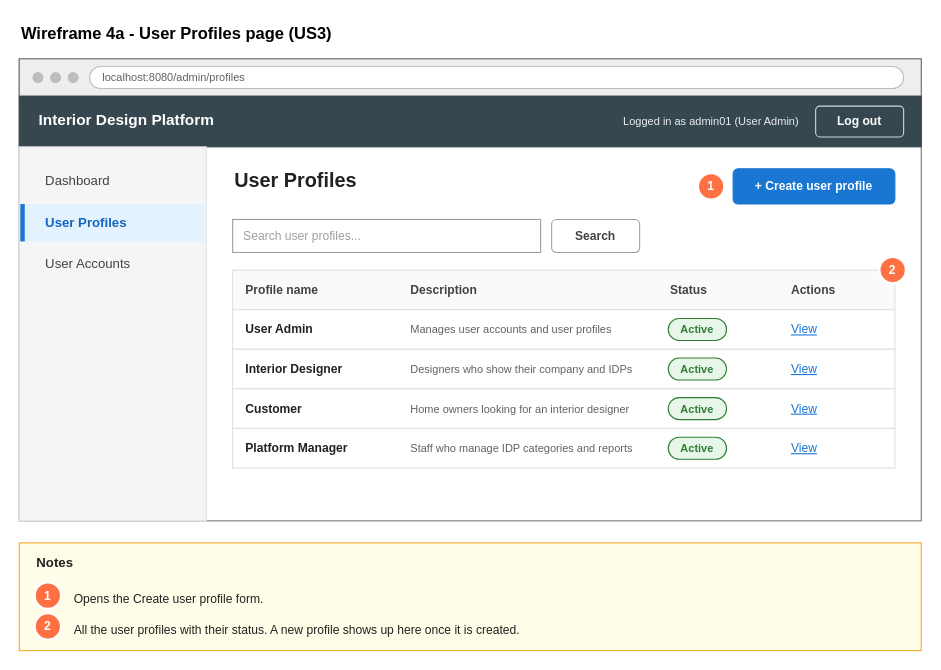
Hanzxc/CSIT314-ARCHSS keeps this draw.io diagram as page "4a Wireframe - User Profiles page" (2 of 7) of Sprint_1/US3 - Create user profile/US3 Create user profile.drawio. Above is the earlier version. Source tidied: cells renumbered, new cells numbered last; positions are measured from the earlier drawing's top-left corner, leaving out a move shared by most shapes. Both pictures are drawn from the tidied source at 110%, with x=0, y=0 at pixel (19, 19).
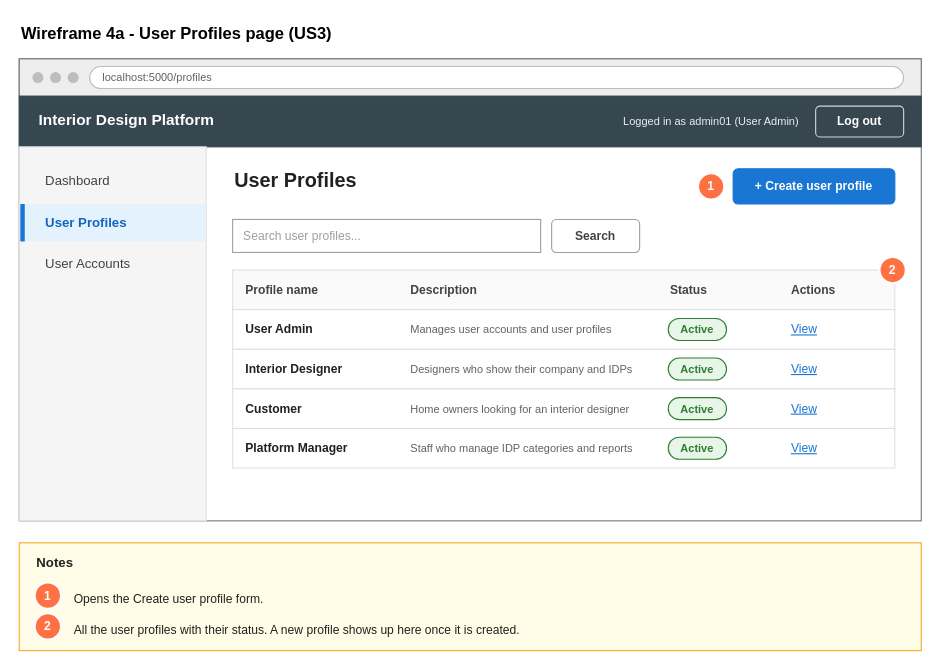
The same diagram, later.

The edit, as a diff of the source:
```diff
@@
-    <mxCell id="8" value="localhost:8080/admin/profiles" style="rounded=1;whiteSpace=wrap;html=1;fillColor=#FFFFFF;strokeColor=#BDBDBD;fontSize=10;fontColor=#616161;align=left;spacingLeft=10;arcSize=50;" parent="1" vertex="1">
+    <mxCell id="8" value="localhost:5000/profiles" style="rounded=1;whiteSpace=wrap;html=1;fillColor=#FFFFFF;strokeColor=#BDBDBD;fontSize=10;fontColor=#616161;align=left;spacingLeft=10;arcSize=50;" parent="1" vertex="1">
       <mxGeometry x="64" y="43" width="740" height="20" as="geometry" />
     </mxCell>
```
